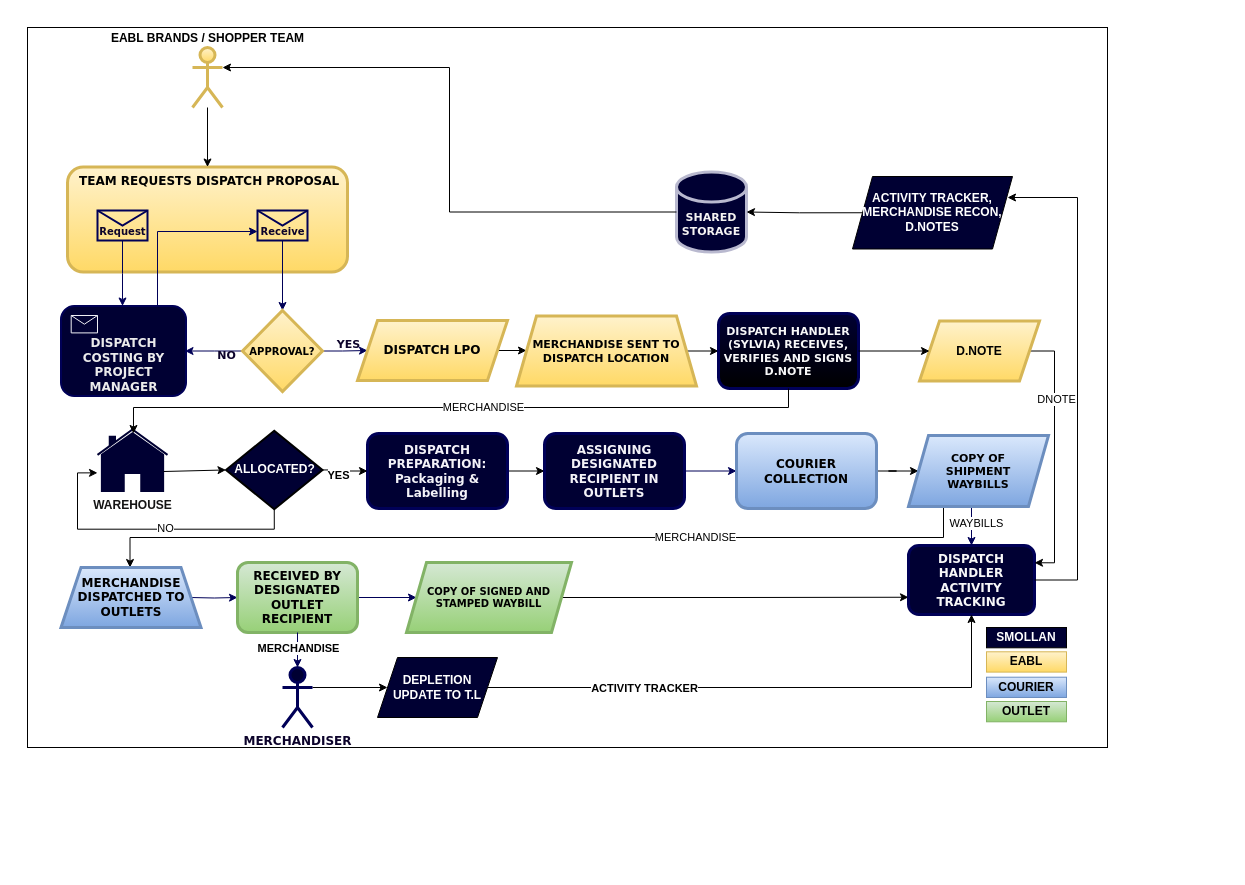
henry-design/Map keeps this draw.io diagram as Untitled Diagram.drawio. Above is the earlier version. Source tidied: cells renumbered, new cells numbered last; positions are measured from the earlier drawing's top-left corner, leaving out a move shared by most shapes. Both pictures are drawn from the tidied source at 100%, with x=0, y=0 at pixel (27, 27).
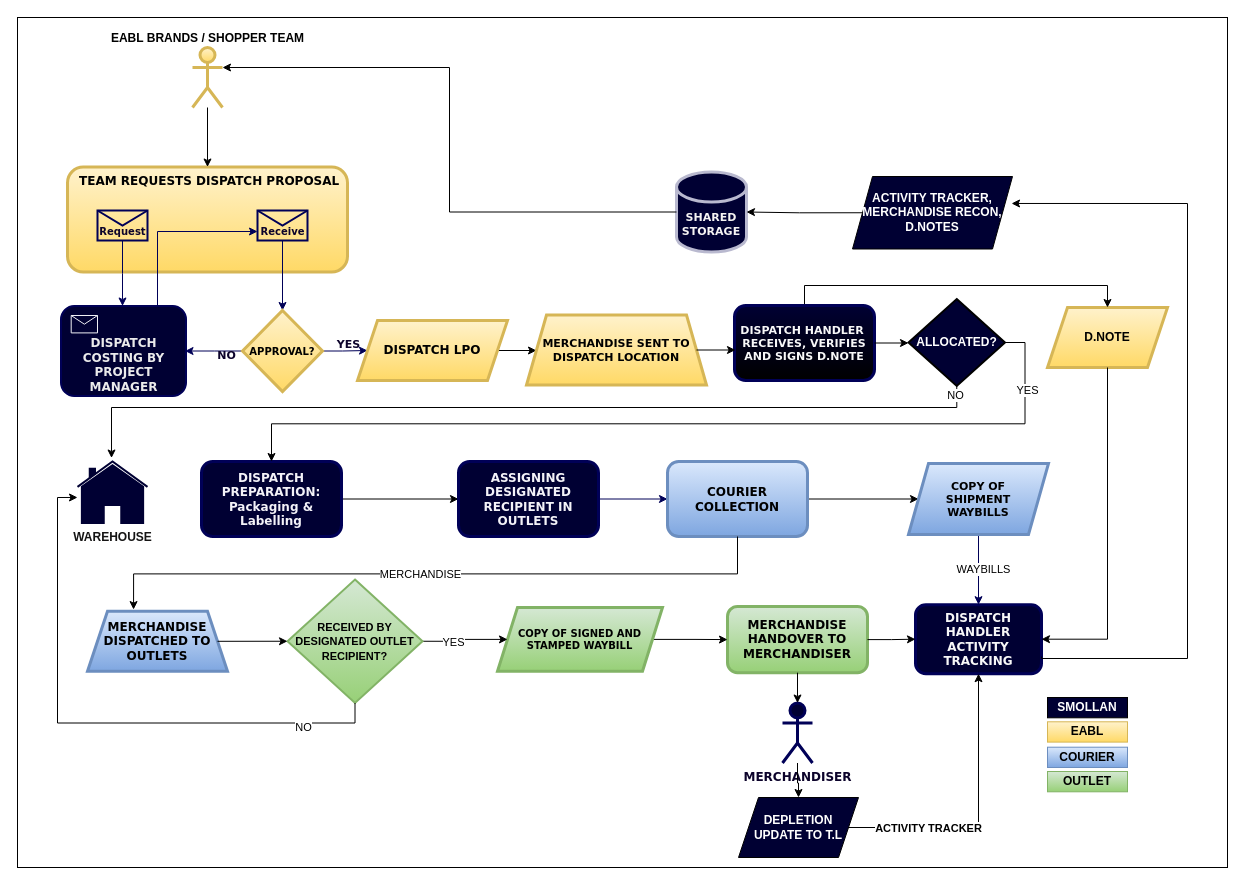
After the change.

The change refers to these unchanged cells:
```xml
<mxCell id="13" value="DISPATCH LPO" style="shape=parallelogram;perimeter=parallelogramPerimeter;whiteSpace=wrap;html=1;fixedSize=1;fillColor=#fff2cc;strokeColor=#d6b656;labelBackgroundColor=none;fontFamily=Verdana;fontStyle=1;strokeWidth=3;gradientColor=#ffd966;" parent="1" vertex="1">
  <mxGeometry x="330" y="293" width="150" height="60" as="geometry" />
</mxCell>
<mxCell id="65" value="ACTIVITY TRACKER,&lt;br&gt;MERCHANDISE RECON,&lt;br&gt;D.NOTES" style="shape=parallelogram;perimeter=parallelogramPerimeter;whiteSpace=wrap;html=1;fixedSize=1;fillColor=#000033;fontColor=#ffffff;fontStyle=1;" parent="1" vertex="1">
  <mxGeometry x="825" y="149" width="160" height="72.5" as="geometry" />
</mxCell>
```

Change to the diagram source:
```diff
@@
+    <mxCell id="71" style="rounded=0;whiteSpace=wrap;html=1;fillColor=none;" parent="1" vertex="1">
+      <mxGeometry x="-10" y="-10" width="1210" height="850" as="geometry" />
+    </mxCell>
+    <mxCell id="72" value="MERCHANDISE HANDOVER TO MERCHANDISER" style="rounded=1;whiteSpace=wrap;html=1;fillColor=#d5e8d4;strokeColor=#82b366;labelBackgroundColor=none;fontFamily=Verdana;fontStyle=1;strokeWidth=3;gradientColor=#97d077;" parent="71" vertex="1">
+      <mxGeometry x="710" y="589" width="140" height="66.2" as="geometry" />
+    </mxCell>
+    <mxCell id="73" style="edgeStyle=orthogonalEdgeStyle;rounded=0;jettySize=auto;html=1;exitX=1;exitY=0.5;exitDx=0;exitDy=0;entryX=0;entryY=0.5;entryDx=0;entryDy=0;" parent="71" edge="1" source="35" target="72">
+      <mxGeometry relative="1" as="geometry" />
+    </mxCell>
+    <mxCell id="35" value="COPY OF SIGNED AND STAMPED WAYBILL" style="shape=parallelogram;perimeter=parallelogramPerimeter;whiteSpace=wrap;html=1;fixedSize=1;fillColor=#d5e8d4;strokeColor=#82b366;labelBackgroundColor=none;fontFamily=Verdana;fontStyle=1;fontSize=10;strokeWidth=3;gradientColor=#97d077;" parent="71" vertex="1">
+      <mxGeometry x="480" y="590" width="165" height="63.8" as="geometry" />
+    </mxCell>
+    <mxCell id="57" value="DEPLETION UPDATE TO T.L" style="shape=parallelogram;perimeter=parallelogramPerimeter;whiteSpace=wrap;html=1;fixedSize=1;fillColor=#000033;fontColor=#ffffff;fontStyle=1;" parent="71" vertex="1">
+      <mxGeometry x="721" y="780" width="120" height="60" as="geometry" />
+    </mxCell>
+    <mxCell id="38" value="MERCHANDISER" style="shape=umlActor;verticalLabelPosition=bottom;verticalAlign=top;html=1;outlineConnect=0;fillColor=#000033;strokeColor=#000057;labelBackgroundColor=none;fontColor=#0c032b;fontFamily=Verdana;fontStyle=1;strokeWidth=3;" parent="71" vertex="1">
+      <mxGeometry x="765" y="685.5" width="30" height="60" as="geometry" />
+    </mxCell>
+    <mxCell id="74" style="edgeStyle=orthogonalEdgeStyle;rounded=0;jettySize=auto;html=1;exitX=0.5;exitY=1;exitDx=0;exitDy=0;entryX=0.5;entryY=0;entryDx=0;entryDy=0;entryPerimeter=0;" parent="71" edge="1" source="72" target="38">
+      <mxGeometry relative="1" as="geometry" />
+    </mxCell>
+    <mxCell id="37" style="edgeStyle=orthogonalEdgeStyle;rounded=0;jettySize=auto;html=1;" parent="71" edge="1" source="38" target="57">
+      <mxGeometry relative="1" as="geometry" />
+    </mxCell>
+    <mxCell id="48" value="D.NOTE" style="shape=parallelogram;perimeter=parallelogramPerimeter;whiteSpace=wrap;html=1;fixedSize=1;fillColor=#fff2cc;strokeColor=#d6b656;gradientColor=#ffd966;fontStyle=1;strokeWidth=3;" parent="71" vertex="1">
+      <mxGeometry x="1030" y="290" width="120" height="60" as="geometry" />
+    </mxCell>
@@
-    <mxCell id="12" style="edgeStyle=orthogonalEdgeStyle;rounded=0;jettySize=auto;html=1;exitX=1;exitY=0.5;exitDx=0;exitDy=0;entryX=0;entryY=0.5;entryDx=0;entryDy=0;fontStyle=1;" parent="1" edge="1" source="13" target="15">
+    <mxCell id="12" style="edgeStyle=orthogonalEdgeStyle;rounded=0;jettySize=auto;html=1;exitX=1;exitY=0.5;exitDx=0;exitDy=0;entryX=0;entryY=0.5;entryDx=0;entryDy=0;" parent="1" edge="1" source="13" target="15">
       <mxGeometry relative="1" as="geometry" />
     </mxCell>
@@
-    <mxCell id="14" style="edgeStyle=orthogonalEdgeStyle;rounded=0;jettySize=auto;html=1;exitX=1;exitY=0.5;exitDx=0;exitDy=0;entryX=0;entryY=0.5;entryDx=0;entryDy=0;fontStyle=1;" parent="1" edge="1" source="15" target="16">
-      <mxGeometry relative="1" as="geometry" />
-    </mxCell>
     <mxCell id="15" value="MERCHANDISE SENT TO DISPATCH LOCATION" style="shape=trapezoid;perimeter=trapezoidPerimeter;whiteSpace=wrap;html=1;fixedSize=1;verticalAlign=middle;fillColor=#fff2cc;strokeColor=#d6b656;labelBackgroundColor=none;fontFamily=Verdana;fontStyle=1;fontSize=11;strokeWidth=3;gradientColor=#ffd966;" parent="1" vertex="1">
-      <mxGeometry x="489" y="288.5" width="180" height="70" as="geometry" />
+      <mxGeometry x="499" y="287.5" width="180" height="70" as="geometry" />
     </mxCell>
+    <mxCell id="49" style="edgeStyle=orthogonalEdgeStyle;rounded=0;jettySize=auto;html=1;exitX=0.5;exitY=0;exitDx=0;exitDy=0;entryX=0.5;entryY=0;entryDx=0;entryDy=0;" parent="1" edge="1" source="16" target="48">
+      <mxGeometry relative="1" as="geometry" />
+    </mxCell>
-    <mxCell id="16" value="DISPATCH HANDLER (SYLVIA) RECEIVES, VERIFIES AND SIGNS D.NOTE" style="rounded=1;whiteSpace=wrap;html=1;fillColor=#000033;strokeColor=#000057;labelBackgroundColor=none;fontColor=#f7f7f8;fontFamily=Verdana;fontStyle=1;fontSize=11;strokeWidth=3;gradientColor=default;" parent="1" vertex="1">
-      <mxGeometry x="691" y="286" width="140" height="75" as="geometry" />
+    <mxCell id="16" value="DISPATCH HANDLER&amp;nbsp; RECEIVES, VERIFIES AND SIGNS D.NOTE" style="rounded=1;whiteSpace=wrap;html=1;fillColor=#000033;strokeColor=#000057;labelBackgroundColor=none;fontColor=#f7f7f8;fontFamily=Verdana;fontStyle=1;fontSize=11;strokeWidth=3;gradientColor=default;" parent="1" vertex="1">
+      <mxGeometry x="707" y="278" width="140" height="75" as="geometry" />
     </mxCell>
@@
     <mxCell id="18" value="DISPATCH PREPARATION: Packaging &amp;amp; Labelling" style="rounded=1;whiteSpace=wrap;html=1;fillColor=#000033;strokeColor=#000057;labelBackgroundColor=none;fontColor=#f3f2f8;fontFamily=Verdana;fontStyle=1;strokeWidth=3;" parent="1" vertex="1">
-      <mxGeometry x="340" y="406" width="140" height="75" as="geometry" />
+      <mxGeometry x="174" y="434" width="140" height="75" as="geometry" />
     </mxCell>
@@
     <mxCell id="21" value="ASSIGNING DESIGNATED RECIPIENT IN OUTLETS" style="rounded=1;whiteSpace=wrap;html=1;fillColor=#000033;strokeColor=#000057;labelBackgroundColor=none;fontColor=#f3f2f8;fontFamily=Verdana;fontStyle=1;strokeWidth=3;" parent="1" vertex="1">
-      <mxGeometry x="517" y="406" width="140" height="75" as="geometry" />
+      <mxGeometry x="431" y="434" width="140" height="75" as="geometry" />
     </mxCell>
@@
     <mxCell id="23" value="COURIER COLLECTION" style="rounded=1;whiteSpace=wrap;html=1;fillColor=#dae8fc;strokeColor=#6c8ebf;labelBackgroundColor=none;fontFamily=Verdana;fontStyle=1;strokeWidth=3;gradientColor=#7ea6e0;" parent="1" vertex="1">
-      <mxGeometry x="709" y="406" width="140" height="75" as="geometry" />
+      <mxGeometry x="640" y="434" width="140" height="75" as="geometry" />
     </mxCell>
@@
-    <mxCell id="26" style="edgeStyle=orthogonalEdgeStyle;rounded=0;jettySize=auto;html=1;entryX=0.5;entryY=0;entryDx=0;entryDy=0;exitX=0.25;exitY=1;exitDx=0;exitDy=0;" parent="1" edge="1" source="28">
-      <mxGeometry relative="1" as="geometry">
-        <mxPoint x="102.5" y="540" as="targetPoint" />
-        <Array as="points">
-          <mxPoint x="916" y="510" />
-          <mxPoint x="103" y="510" />
-        </Array>
-      </mxGeometry>
-    </mxCell>
-    <mxCell id="27" value="MERCHANDISE" style="edgeLabel;html=1;align=center;verticalAlign=middle;" parent="26" vertex="1">
-      <mxGeometry x="-0.36" y="-1" relative="1" as="geometry" />
-    </mxCell>
     <mxCell id="28" value="COPY OF &lt;br&gt;SHIPMENT &lt;br&gt;WAYBILLS" style="shape=parallelogram;perimeter=parallelogramPerimeter;whiteSpace=wrap;html=1;fixedSize=1;fillColor=#dae8fc;strokeColor=#6c8ebf;labelBackgroundColor=none;fontFamily=Verdana;fontSize=11;fontStyle=1;strokeWidth=3;gradientColor=#7ea6e0;" parent="1" vertex="1">
-      <mxGeometry x="881" y="408" width="140" height="71" as="geometry" />
+      <mxGeometry x="881" y="436" width="140" height="71" as="geometry" />
     </mxCell>
@@
-    <mxCell id="30" style="edgeStyle=orthogonalEdgeStyle;rounded=0;jettySize=auto;html=1;exitX=1;exitY=0.5;exitDx=0;exitDy=0;entryX=0;entryY=0.5;entryDx=0;entryDy=0;strokeColor=#000057;labelBackgroundColor=none;fontColor=#0c032b;fontFamily=Verdana;fontStyle=1;" parent="1" edge="1" target="33">
-      <mxGeometry relative="1" as="geometry">
-        <mxPoint x="162.5" y="570" as="sourcePoint" />
-      </mxGeometry>
-    </mxCell>
     <mxCell id="31" value="MERCHANDISE DISPATCHED TO OUTLETS" style="shape=trapezoid;perimeter=trapezoidPerimeter;whiteSpace=wrap;html=1;fixedSize=1;fillColor=#dae8fc;strokeColor=#6c8ebf;labelBackgroundColor=none;fontFamily=Verdana;fontStyle=1;strokeWidth=3;gradientColor=#7ea6e0;" parent="1" vertex="1">
-      <mxGeometry x="33.5" y="540" width="140" height="60" as="geometry" />
+      <mxGeometry x="60" y="583.8" width="140" height="60" as="geometry" />
     </mxCell>
-    <mxCell id="32" style="edgeStyle=orthogonalEdgeStyle;rounded=0;jettySize=auto;html=1;exitX=1;exitY=0.5;exitDx=0;exitDy=0;entryX=0;entryY=0.5;entryDx=0;entryDy=0;strokeColor=#000057;labelBackgroundColor=none;fontColor=#0c032b;fontFamily=Verdana;fontStyle=1;" parent="1" edge="1" source="33" target="35">
-      <mxGeometry relative="1" as="geometry" />
-    </mxCell>
-    <mxCell id="33" value="RECEIVED BY DESIGNATED OUTLET RECIPIENT" style="rounded=1;whiteSpace=wrap;html=1;fillColor=#d5e8d4;strokeColor=#82b366;labelBackgroundColor=none;fontFamily=Verdana;fontStyle=1;strokeWidth=3;gradientColor=#97d077;" parent="1" vertex="1">
-      <mxGeometry x="210" y="535" width="120" height="70" as="geometry" />
-    </mxCell>
-    <mxCell id="34" style="edgeStyle=orthogonalEdgeStyle;rounded=0;jettySize=auto;html=1;exitX=1;exitY=0.5;exitDx=0;exitDy=0;entryX=0;entryY=0.75;entryDx=0;entryDy=0;" parent="1" edge="1" source="35" target="36">
-      <mxGeometry relative="1" as="geometry" />
-    </mxCell>
-    <mxCell id="35" value="COPY OF SIGNED AND STAMPED WAYBILL" style="shape=parallelogram;perimeter=parallelogramPerimeter;whiteSpace=wrap;html=1;fixedSize=1;fillColor=#d5e8d4;strokeColor=#82b366;labelBackgroundColor=none;fontFamily=Verdana;fontStyle=1;fontSize=10;strokeWidth=3;gradientColor=#97d077;" parent="1" vertex="1">
-      <mxGeometry x="379" y="535" width="165" height="70" as="geometry" />
-    </mxCell>
     <mxCell id="36" value="DISPATCH HANDLER ACTIVITY TRACKING" style="rounded=1;whiteSpace=wrap;html=1;fillColor=#000033;strokeColor=#000057;labelBackgroundColor=none;fontColor=#f7f7f8;fontFamily=Verdana;fontStyle=1;strokeWidth=3;" parent="1" vertex="1">
-      <mxGeometry x="881" y="518" width="126" height="69" as="geometry" />
+      <mxGeometry x="888" y="577.2" width="126" height="69" as="geometry" />
     </mxCell>
-    <mxCell id="37" style="edgeStyle=orthogonalEdgeStyle;rounded=0;jettySize=auto;html=1;exitX=1;exitY=0.3333333333333333;exitDx=0;exitDy=0;exitPerimeter=0;entryX=0;entryY=0.5;entryDx=0;entryDy=0;fontStyle=1;" parent="1" edge="1" source="38" target="57">
-      <mxGeometry relative="1" as="geometry" />
-    </mxCell>
-    <mxCell id="38" value="MERCHANDISER" style="shape=umlActor;verticalLabelPosition=bottom;verticalAlign=top;html=1;outlineConnect=0;fillColor=#000033;strokeColor=#000057;labelBackgroundColor=none;fontColor=#0c032b;fontFamily=Verdana;fontStyle=1;strokeWidth=3;" parent="1" vertex="1">
-      <mxGeometry x="255" y="640" width="30" height="60" as="geometry" />
-    </mxCell>
-    <mxCell id="39" style="edgeStyle=orthogonalEdgeStyle;rounded=0;jettySize=auto;html=1;exitX=0.5;exitY=1;exitDx=0;exitDy=0;entryX=0.5;entryY=0;entryDx=0;entryDy=0;entryPerimeter=0;strokeColor=#000057;labelBackgroundColor=none;fontColor=#0c032b;fontFamily=Verdana;fontStyle=1;" parent="1" edge="1" source="33" target="38">
-      <mxGeometry relative="1" as="geometry" />
-    </mxCell>
-    <mxCell id="40" value="MERCHANDISE" style="edgeLabel;html=1;align=center;verticalAlign=middle;fontStyle=1;" parent="39" vertex="1">
-      <mxGeometry x="-0.12" relative="1" as="geometry" />
-    </mxCell>
@@
-    <mxCell id="46" style="edgeStyle=orthogonalEdgeStyle;rounded=0;jettySize=auto;html=1;exitX=1;exitY=0.5;exitDx=0;exitDy=0;entryX=1;entryY=0.25;entryDx=0;entryDy=0;" parent="1" edge="1" source="48" target="36">
-      <mxGeometry relative="1" as="geometry">
-        <Array as="points">
-          <mxPoint x="1027" y="324" />
-          <mxPoint x="1027" y="535" />
-        </Array>
-      </mxGeometry>
-    </mxCell>
-    <mxCell id="47" value="DNOTE" style="edgeLabel;html=1;align=center;verticalAlign=middle;" parent="46" vertex="1">
-      <mxGeometry x="-0.43" y="1" relative="1" as="geometry" />
-    </mxCell>
-    <mxCell id="48" value="D.NOTE" style="shape=parallelogram;perimeter=parallelogramPerimeter;whiteSpace=wrap;html=1;fixedSize=1;fillColor=#fff2cc;fontStyle=1;gradientColor=#ffd966;strokeColor=#d6b656;strokeWidth=3;" parent="1" vertex="1">
-      <mxGeometry x="892" y="293.5" width="120" height="60" as="geometry" />
-    </mxCell>
-    <mxCell id="49" style="edgeStyle=orthogonalEdgeStyle;rounded=0;jettySize=auto;html=1;exitX=1;exitY=0.5;exitDx=0;exitDy=0;fontStyle=1;" parent="1" edge="1" source="16" target="48">
-      <mxGeometry relative="1" as="geometry" />
-    </mxCell>
-    <mxCell id="50" style="edgeStyle=orthogonalEdgeStyle;rounded=0;jettySize=auto;html=1;exitX=1;exitY=0.5;exitDx=0;exitDy=0;exitPerimeter=0;entryX=0;entryY=0.5;entryDx=0;entryDy=0;fontStyle=1;verticalAlign=top;labelPosition=center;verticalLabelPosition=top;align=center;" parent="1" edge="1" source="52" target="18">
+    <mxCell id="50" style="edgeStyle=orthogonalEdgeStyle;rounded=0;jettySize=auto;html=1;exitX=1;exitY=0.5;exitDx=0;exitDy=0;exitPerimeter=0;entryX=0.5;entryY=0;entryDx=0;entryDy=0;" parent="1" edge="1" source="52" target="18">
       <mxGeometry relative="1" as="geometry" />
     </mxCell>
-    <mxCell id="51" value="YES" style="edgeLabel;html=1;align=center;verticalAlign=middle;fontStyle=1;" parent="50" vertex="1">
-      <mxGeometry x="-0.29" y="-4" relative="1" as="geometry">
-        <mxPoint y="1" as="offset" />
-      </mxGeometry>
-    </mxCell>
+    <mxCell id="75" value="YES" style="edgeLabel;html=1;align=center;verticalAlign=middle;" parent="50" vertex="1">
+      <mxGeometry x="-0.85" y="2" relative="1" as="geometry" />
+    </mxCell>
     <mxCell id="52" value="ALLOCATED?" style="strokeWidth=2;html=1;shape=mxgraph.flowchart.decision;whiteSpace=wrap;fillColor=#000033;fontColor=#ffffff;fontStyle=1;" parent="1" vertex="1">
-      <mxGeometry x="198.5" y="403.2" width="96.5" height="78.5" as="geometry" />
+      <mxGeometry x="881" y="271.5" width="96.5" height="87" as="geometry" />
     </mxCell>
     <mxCell id="53" value="WAREHOUSE" style="html=1;verticalLabelPosition=bottom;align=center;labelBackgroundColor=#ffffff;verticalAlign=top;strokeWidth=2;strokeColor=#000033;shadow=0;dashed=0;shape=mxgraph.ios7.icons.home;fontStyle=1;fillColor=#000033;fontColor=#151414;" parent="1" vertex="1">
-      <mxGeometry x="70" y="402" width="70" height="61.5" as="geometry" />
+      <mxGeometry x="50" y="434" width="70" height="61.5" as="geometry" />
     </mxCell>
-    <mxCell id="54" style="endArrow=classic;html=1;rounded=0;exitX=0.943;exitY=0.683;exitDx=0;exitDy=0;exitPerimeter=0;entryX=0;entryY=0.5;entryDx=0;entryDy=0;entryPerimeter=0;fontStyle=1;" parent="1" edge="1" source="53" target="52">
-      <mxGeometry relative="1" as="geometry" />
-    </mxCell>
-    <mxCell id="55" style="edgeStyle=orthogonalEdgeStyle;rounded=0;jettySize=auto;html=1;entryX=0.514;entryY=0.065;entryDx=0;entryDy=0;entryPerimeter=0;fontStyle=1;exitX=0.5;exitY=1;exitDx=0;exitDy=0;" parent="1" edge="1" source="16" target="53">
-      <mxGeometry relative="1" as="geometry">
-        <Array as="points">
-          <mxPoint x="761" y="380" />
-          <mxPoint x="106" y="380" />
-        </Array>
-      </mxGeometry>
-    </mxCell>
-    <mxCell id="56" value="MERCHANDISE" style="edgeLabel;html=1;align=center;verticalAlign=middle;" parent="55" vertex="1">
-      <mxGeometry x="-0.07" y="-1" relative="1" as="geometry" />
-    </mxCell>
-    <mxCell id="57" value="DEPLETION UPDATE TO T.L" style="shape=parallelogram;perimeter=parallelogramPerimeter;whiteSpace=wrap;html=1;fixedSize=1;fillColor=#000033;fontColor=#ffffff;fontStyle=1;" parent="1" vertex="1">
-      <mxGeometry x="350" y="630" width="120" height="60" as="geometry" />
-    </mxCell>
     <mxCell id="58" style="group;" parent="1" vertex="1">
-      <mxGeometry x="959" y="600" width="80" height="94.3" as="geometry" />
+      <mxGeometry x="1020" y="670" width="80" height="94.3" as="geometry" />
     </mxCell>
@@
-    <mxCell id="63" style="edgeStyle=orthogonalEdgeStyle;rounded=0;jettySize=auto;html=1;exitX=0.5;exitY=1;exitDx=0;exitDy=0;exitPerimeter=0;entryX=0;entryY=0.705;entryDx=0;entryDy=0;entryPerimeter=0;" parent="1" edge="1" source="52" target="53">
-      <mxGeometry relative="1" as="geometry" />
-    </mxCell>
-    <mxCell id="64" value="NO" style="edgeLabel;html=1;align=center;verticalAlign=middle;" parent="63" vertex="1">
-      <mxGeometry x="-0.12" y="-1" relative="1" as="geometry" />
-    </mxCell>
@@
-    <mxCell id="66" style="edgeStyle=orthogonalEdgeStyle;rounded=0;jettySize=auto;html=1;exitX=1;exitY=0.5;exitDx=0;exitDy=0;" parent="1" edge="1" source="36">
-      <mxGeometry relative="1" as="geometry">
-        <mxPoint x="980" y="170" as="targetPoint" />
-        <Array as="points">
-          <mxPoint x="1050" y="553" />
-          <mxPoint x="1050" y="170" />
-          <mxPoint x="980" y="170" />
-        </Array>
-      </mxGeometry>
-    </mxCell>
@@
-    <mxCell id="71" style="rounded=0;whiteSpace=wrap;html=1;fillColor=none;" parent="1" vertex="1">
-      <mxGeometry width="1080" height="720" as="geometry" />
-    </mxCell>
+    <mxCell id="76" style="edgeStyle=orthogonalEdgeStyle;rounded=0;jettySize=auto;html=1;exitX=1;exitY=0.5;exitDx=0;exitDy=0;exitPerimeter=0;entryX=0;entryY=0.5;entryDx=0;entryDy=0;" parent="1" edge="1" source="78" target="35">
+      <mxGeometry relative="1" as="geometry" />
+    </mxCell>
+    <mxCell id="77" value="YES" style="edgeLabel;html=1;align=center;verticalAlign=middle;" parent="76" vertex="1">
+      <mxGeometry x="-0.29" y="-1" relative="1" as="geometry" />
+    </mxCell>
+    <mxCell id="78" value="&lt;font style=&quot;font-size: 11px;&quot;&gt;RECEIVED BY DESIGNATED OUTLET RECIPIENT?&lt;/font&gt;" style="strokeWidth=2;html=1;shape=mxgraph.flowchart.decision;whiteSpace=wrap;fillColor=#d5e8d4;fontStyle=1;gradientColor=#97d077;strokeColor=#82b366;" parent="1" vertex="1">
+      <mxGeometry x="260" y="552" width="135" height="123.5" as="geometry" />
+    </mxCell>
+    <mxCell id="79" style="edgeStyle=orthogonalEdgeStyle;rounded=0;jettySize=auto;html=1;exitX=1;exitY=0.5;exitDx=0;exitDy=0;entryX=0;entryY=0.5;entryDx=0;entryDy=0;entryPerimeter=0;" parent="1" edge="1" source="16" target="52">
+      <mxGeometry relative="1" as="geometry" />
+    </mxCell>
+    <mxCell id="63" style="edgeStyle=orthogonalEdgeStyle;rounded=0;jettySize=auto;html=1;exitX=0.5;exitY=1;exitDx=0;exitDy=0;exitPerimeter=0;entryX=0.486;entryY=-0.057;entryDx=0;entryDy=0;entryPerimeter=0;" parent="1" edge="1" source="52" target="53">
+      <mxGeometry relative="1" as="geometry">
+        <Array as="points">
+          <mxPoint x="929" y="380" />
+          <mxPoint x="84" y="380" />
+        </Array>
+      </mxGeometry>
+    </mxCell>
+    <mxCell id="80" value="NO" style="edgeLabel;html=1;align=center;verticalAlign=middle;" parent="63" vertex="1">
+      <mxGeometry x="-0.98" y="-2" relative="1" as="geometry" />
+    </mxCell>
+    <mxCell id="14" style="edgeStyle=orthogonalEdgeStyle;rounded=0;jettySize=auto;html=1;exitX=1;exitY=0.5;exitDx=0;exitDy=0;entryX=0.007;entryY=0.6;entryDx=0;entryDy=0;entryPerimeter=0;" parent="1" edge="1" source="15" target="16">
+      <mxGeometry relative="1" as="geometry" />
+    </mxCell>
+    <mxCell id="81" style="edgeStyle=orthogonalEdgeStyle;rounded=0;jettySize=auto;html=1;exitX=0.5;exitY=1;exitDx=0;exitDy=0;entryX=0.329;entryY=-0.029;entryDx=0;entryDy=0;entryPerimeter=0;" parent="1" edge="1" source="23" target="31">
+      <mxGeometry relative="1" as="geometry" />
+    </mxCell>
+    <mxCell id="82" value="MERCHANDISE" style="edgeLabel;html=1;align=center;verticalAlign=middle;" parent="81" vertex="1">
+      <mxGeometry x="0.05" relative="1" as="geometry" />
+    </mxCell>
+    <mxCell id="83" style="edgeStyle=orthogonalEdgeStyle;rounded=0;jettySize=auto;html=1;exitX=1;exitY=0.5;exitDx=0;exitDy=0;entryX=0;entryY=0.5;entryDx=0;entryDy=0;entryPerimeter=0;" parent="1" edge="1" source="31" target="78">
+      <mxGeometry relative="1" as="geometry" />
+    </mxCell>
+    <mxCell id="84" style="edgeStyle=orthogonalEdgeStyle;rounded=0;jettySize=auto;html=1;exitX=0.5;exitY=1;exitDx=0;exitDy=0;exitPerimeter=0;entryX=0;entryY=0.585;entryDx=0;entryDy=0;entryPerimeter=0;" parent="1" edge="1" source="78" target="53">
+      <mxGeometry relative="1" as="geometry" />
+    </mxCell>
+    <mxCell id="85" value="NO" style="edgeLabel;html=1;align=center;verticalAlign=middle;" parent="84" vertex="1">
+      <mxGeometry x="-0.74" y="4" relative="1" as="geometry">
+        <mxPoint x="1" as="offset" />
+      </mxGeometry>
+    </mxCell>
+    <mxCell id="86" style="edgeStyle=orthogonalEdgeStyle;rounded=0;jettySize=auto;html=1;exitX=1;exitY=0.75;exitDx=0;exitDy=0;entryX=0.994;entryY=0.372;entryDx=0;entryDy=0;entryPerimeter=0;" parent="1" edge="1" source="36" target="65">
+      <mxGeometry relative="1" as="geometry">
+        <Array as="points">
+          <mxPoint x="1160" y="631" />
+          <mxPoint x="1160" y="176" />
+        </Array>
+      </mxGeometry>
+    </mxCell>
+    <mxCell id="87" style="edgeStyle=orthogonalEdgeStyle;rounded=0;jettySize=auto;html=1;exitX=1;exitY=0.5;exitDx=0;exitDy=0;entryX=0;entryY=0.5;entryDx=0;entryDy=0;" parent="1" edge="1" source="72" target="36">
+      <mxGeometry relative="1" as="geometry" />
+    </mxCell>
+    <mxCell id="46" style="edgeStyle=orthogonalEdgeStyle;rounded=0;jettySize=auto;html=1;exitX=0.5;exitY=1;exitDx=0;exitDy=0;entryX=1;entryY=0.5;entryDx=0;entryDy=0;" parent="1" edge="1" source="48" target="36">
+      <mxGeometry relative="1" as="geometry" />
+    </mxCell>
```
